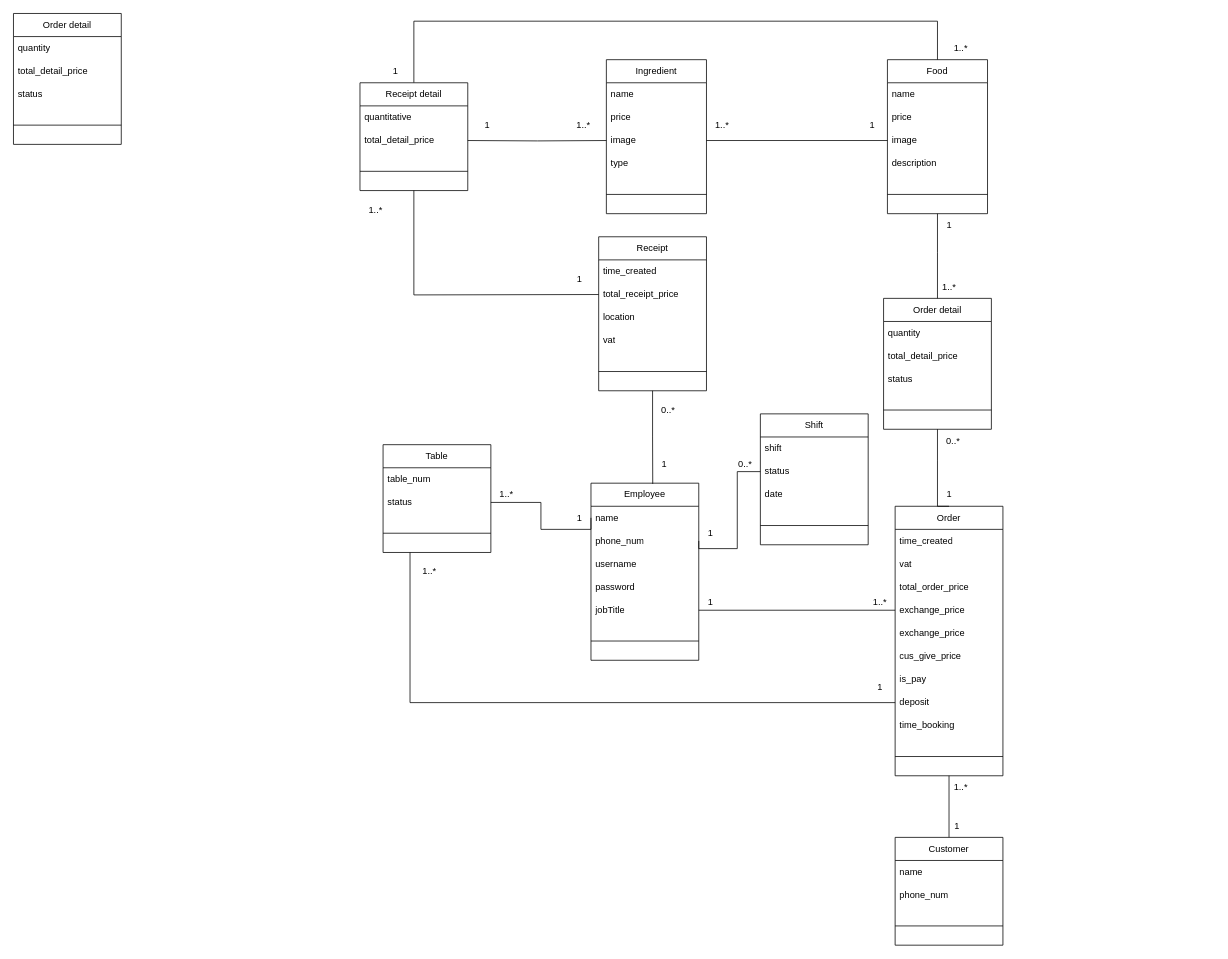
Above: class-diagram.drawio in MaiNhatHoangY2001/HLFood (draw.io), before the change. Source tidied: cells renumbered, new cells numbered last; positions are measured from the earlier drawing's top-left corner, leaving out a move shared by most shapes. Both pictures are drawn from the tidied source at 77%, with x=0, y=0 at pixel (13, 13).
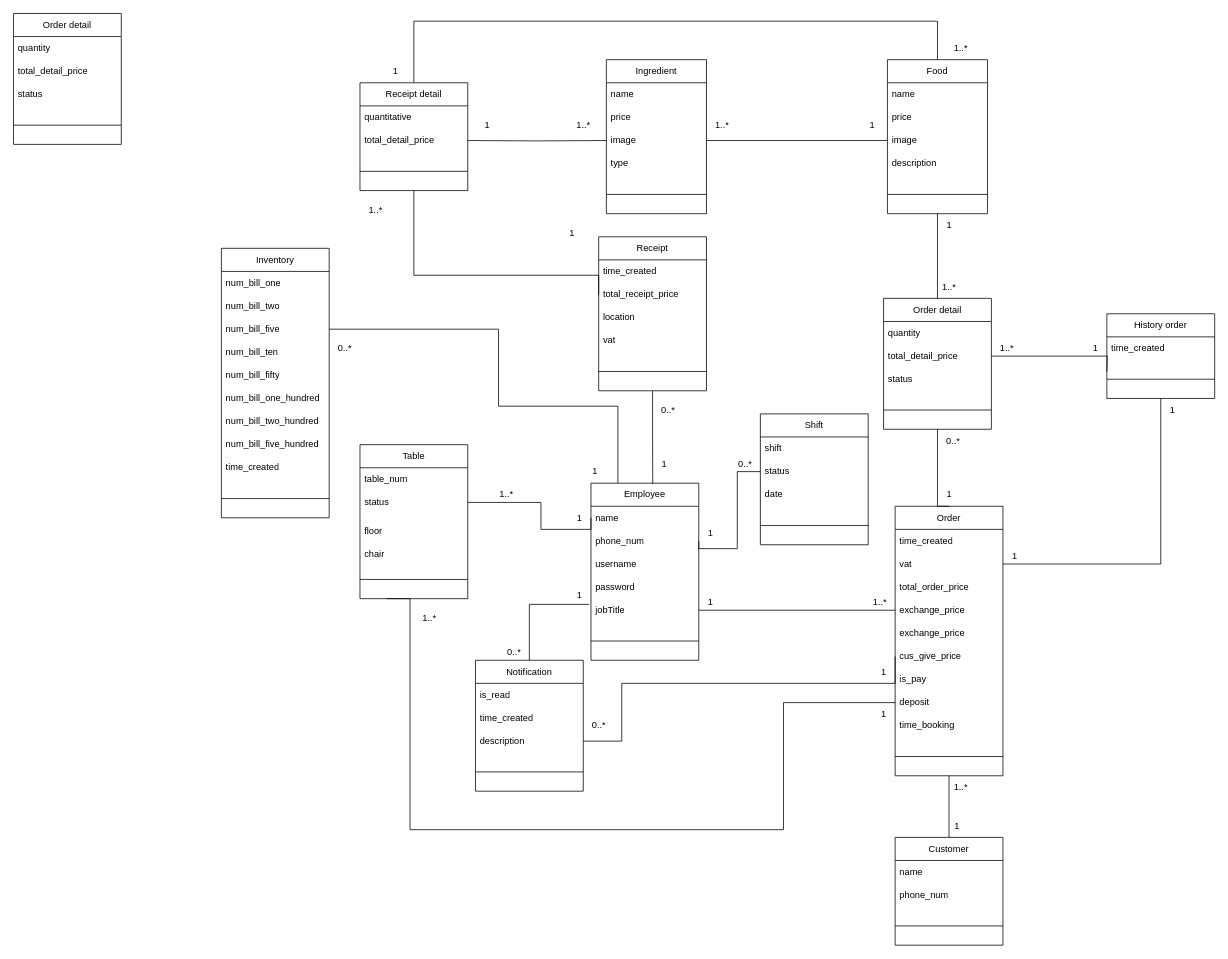
The same diagram, later.

Commit message:
Cập nhật class-diagram.drawio

Unchanged cells that the change refers to:
```xml
<mxCell id="2" value="Employee" style="swimlane;fontStyle=0;horizontal=1;startSize=30;whiteSpace=wrap;html=1;" parent="1" vertex="1">
  <mxGeometry x="750" y="610" width="140" height="230" as="geometry" />
</mxCell>
<mxCell id="7" value="jobTitle" style="text;strokeColor=none;fillColor=none;align=left;verticalAlign=middle;spacingLeft=4;spacingRight=4;overflow=hidden;points=[[0,0.5],[1,0.5]];portConstraint=eastwest;whiteSpace=wrap;html=1;" parent="2" vertex="1">
  <mxGeometry y="150" width="140" height="30" as="geometry" />
</mxCell>
<mxCell id="18" value="vat" style="text;strokeColor=none;fillColor=none;align=left;verticalAlign=middle;spacingLeft=4;spacingRight=4;overflow=hidden;points=[[0,0.5],[1,0.5]];portConstraint=eastwest;whiteSpace=wrap;html=1;" parent="16" vertex="1">
  <mxGeometry y="60" width="140" height="30" as="geometry" />
</mxCell>
<mxCell id="22" value="cus_give_price" style="text;strokeColor=none;fillColor=none;align=left;verticalAlign=middle;spacingLeft=4;spacingRight=4;overflow=hidden;points=[[0,0.5],[1,0.5]];portConstraint=eastwest;whiteSpace=wrap;html=1;" parent="16" vertex="1">
  <mxGeometry y="180" width="140" height="30" as="geometry" />
</mxCell>
<mxCell id="24" value="deposit" style="text;strokeColor=none;fillColor=none;align=left;verticalAlign=middle;spacingLeft=4;spacingRight=4;overflow=hidden;points=[[0,0.5],[1,0.5]];portConstraint=eastwest;whiteSpace=wrap;html=1;" parent="16" vertex="1">
  <mxGeometry y="240" width="140" height="30" as="geometry" />
</mxCell>
<mxCell id="29" value="total_detail_price" style="text;strokeColor=none;fillColor=none;align=left;verticalAlign=middle;spacingLeft=4;spacingRight=4;overflow=hidden;points=[[0,0.5],[1,0.5]];portConstraint=eastwest;whiteSpace=wrap;html=1;" parent="27" vertex="1">
  <mxGeometry y="60" width="140" height="30" as="geometry" />
</mxCell>
<mxCell id="87" value="Receipt&amp;nbsp;detail" style="swimlane;fontStyle=0;horizontal=1;startSize=30;whiteSpace=wrap;html=1;" parent="1" vertex="1">
  <mxGeometry x="450" y="90" width="140" height="140" as="geometry" />
</mxCell>
```

Diff of the diagram source:
```diff
@@
     <mxCell id="43" value="1" style="text;html=1;align=center;verticalAlign=middle;strokeColor=none;fillColor=none;" parent="1" vertex="1">
-      <mxGeometry x="1110" y="860" width="30" height="30" as="geometry" />
+      <mxGeometry x="1115" y="895" width="30" height="30" as="geometry" />
     </mxCell>
@@
     <mxCell id="50" style="edgeStyle=orthogonalEdgeStyle;rounded=0;jettySize=auto;html=1;exitX=0.25;exitY=1;exitDx=0;exitDy=0;endArrow=none;endFill=0;entryX=0;entryY=0.5;entryDx=0;entryDy=0;" parent="1" edge="1" source="51" target="24">
       <mxGeometry relative="1" as="geometry">
         <Array as="points">
-          <mxPoint x="515" y="895" />
+          <mxPoint x="515" y="760" />
+          <mxPoint x="515" y="1060" />
+          <mxPoint x="1000" y="1060" />
+          <mxPoint x="1000" y="895" />
         </Array>
       </mxGeometry>
     </mxCell>
     <mxCell id="51" value="Table" style="swimlane;fontStyle=0;horizontal=1;startSize=30;whiteSpace=wrap;html=1;" parent="1" vertex="1">
-      <mxGeometry x="480" y="560" width="140" height="140" as="geometry" />
+      <mxGeometry x="450" y="560" width="140" height="200" as="geometry" />
     </mxCell>
@@
+    <mxCell id="101" value="&lt;p&gt;floor&amp;nbsp;&lt;/p&gt;" style="text;strokeColor=none;fillColor=none;align=left;verticalAlign=middle;spacingLeft=4;spacingRight=4;overflow=hidden;whiteSpace=wrap;html=1;" parent="51" vertex="1">
+      <mxGeometry y="90" width="140" height="30" as="geometry" />
+    </mxCell>
+    <mxCell id="102" value="&lt;p&gt;chair&lt;/p&gt;" style="text;strokeColor=none;fillColor=none;align=left;verticalAlign=middle;spacingLeft=4;spacingRight=4;overflow=hidden;whiteSpace=wrap;html=1;" parent="51" vertex="1">
+      <mxGeometry y="120" width="140" height="30" as="geometry" />
+    </mxCell>
     <mxCell id="54" style="line;html=1;strokeWidth=1;align=left;verticalAlign=middle;spacingTop=-1;spacingLeft=3;spacingRight=3;labelPosition=right;" parent="51" vertex="1">
-      <mxGeometry y="90" width="140" height="50" as="geometry" />
+      <mxGeometry y="150" width="140" height="50" as="geometry" />
     </mxCell>
     <mxCell id="55" value="1..*" style="text;html=1;align=center;verticalAlign=middle;strokeColor=none;fillColor=none;" parent="1" vertex="1">
-      <mxGeometry x="520" y="710" width="40" height="30" as="geometry" />
+      <mxGeometry x="520" y="770" width="40" height="30" as="geometry" />
     </mxCell>
@@
     <mxCell id="92" style="edgeStyle=orthogonalEdgeStyle;rounded=0;jettySize=auto;html=1;exitX=0;exitY=0.5;exitDx=0;exitDy=0;entryX=0.5;entryY=1;entryDx=0;entryDy=0;endArrow=none;endFill=0;" parent="1" edge="1" target="87">
       <mxGeometry relative="1" as="geometry">
         <mxPoint x="760" y="365" as="sourcePoint" />
+        <Array as="points">
+          <mxPoint x="760" y="340" />
+          <mxPoint x="520" y="340" />
+        </Array>
       </mxGeometry>
     </mxCell>
@@
     <mxCell id="97" value="1" style="text;html=1;align=center;verticalAlign=middle;strokeColor=none;fillColor=none;" parent="1" vertex="1">
-      <mxGeometry x="720" y="330" width="30" height="30" as="geometry" />
+      <mxGeometry x="710" y="270" width="30" height="30" as="geometry" />
     </mxCell>
@@
+    <mxCell id="103" style="edgeStyle=orthogonalEdgeStyle;rounded=0;jettySize=auto;html=1;exitX=0.5;exitY=1;exitDx=0;exitDy=0;entryX=1;entryY=0.5;entryDx=0;entryDy=0;endArrow=none;endFill=0;" parent="1" edge="1" source="104" target="18">
+      <mxGeometry relative="1" as="geometry" />
+    </mxCell>
+    <mxCell id="104" value="History order" style="swimlane;fontStyle=0;horizontal=1;startSize=30;whiteSpace=wrap;html=1;" parent="1" vertex="1">
+      <mxGeometry x="1420" y="390" width="140" height="110" as="geometry" />
+    </mxCell>
+    <mxCell id="105" value="time_created" style="text;strokeColor=none;fillColor=none;align=left;verticalAlign=middle;spacingLeft=4;spacingRight=4;overflow=hidden;whiteSpace=wrap;html=1;" parent="104" vertex="1">
+      <mxGeometry y="30" width="140" height="30" as="geometry" />
+    </mxCell>
+    <mxCell id="106" style="line;html=1;strokeWidth=1;align=left;verticalAlign=middle;spacingTop=-1;spacingLeft=3;spacingRight=3;labelPosition=right;" parent="104" vertex="1">
+      <mxGeometry y="60" width="140" height="50" as="geometry" />
+    </mxCell>
+    <mxCell id="107" style="edgeStyle=orthogonalEdgeStyle;rounded=0;jettySize=auto;html=1;exitX=0;exitY=0.5;exitDx=0;exitDy=0;entryX=1;entryY=0.5;entryDx=0;entryDy=0;endArrow=none;endFill=0;" parent="1" edge="1" target="29">
+      <mxGeometry relative="1" as="geometry">
+        <mxPoint x="1420" y="465" as="sourcePoint" />
+      </mxGeometry>
+    </mxCell>
+    <mxCell id="108" value="1" style="text;html=1;align=center;verticalAlign=middle;strokeColor=none;fillColor=none;" parent="1" vertex="1">
+      <mxGeometry x="1390" y="420" width="30" height="30" as="geometry" />
+    </mxCell>
+    <mxCell id="109" value="1..*" style="text;html=1;align=center;verticalAlign=middle;strokeColor=none;fillColor=none;" parent="1" vertex="1">
+      <mxGeometry x="1270" y="420" width="40" height="30" as="geometry" />
+    </mxCell>
+    <mxCell id="110" value="1" style="text;html=1;align=center;verticalAlign=middle;strokeColor=none;fillColor=none;" parent="1" vertex="1">
+      <mxGeometry x="1285" y="690" width="30" height="30" as="geometry" />
+    </mxCell>
+    <mxCell id="111" value="1" style="text;html=1;align=center;verticalAlign=middle;strokeColor=none;fillColor=none;" parent="1" vertex="1">
+      <mxGeometry x="1490" y="500" width="30" height="30" as="geometry" />
+    </mxCell>
+    <mxCell id="112" value="Inventory" style="swimlane;fontStyle=0;horizontal=1;startSize=30;whiteSpace=wrap;html=1;" parent="1" vertex="1">
+      <mxGeometry x="270" y="305" width="140" height="350" as="geometry" />
+    </mxCell>
+    <mxCell id="113" value="num_bill_one" style="text;strokeColor=none;fillColor=none;align=left;verticalAlign=middle;spacingLeft=4;spacingRight=4;overflow=hidden;whiteSpace=wrap;html=1;" parent="112" vertex="1">
+      <mxGeometry y="30" width="140" height="30" as="geometry" />
+    </mxCell>
+    <mxCell id="114" value="num_bill_two" style="text;strokeColor=none;fillColor=none;align=left;verticalAlign=middle;spacingLeft=4;spacingRight=4;overflow=hidden;whiteSpace=wrap;html=1;" parent="112" vertex="1">
+      <mxGeometry y="60" width="140" height="30" as="geometry" />
+    </mxCell>
+    <mxCell id="115" value="num_bill_five" style="text;strokeColor=none;fillColor=none;align=left;verticalAlign=middle;spacingLeft=4;spacingRight=4;overflow=hidden;points=[[0,0.5],[1,0.5]];portConstraint=eastwest;whiteSpace=wrap;html=1;" parent="112" vertex="1">
+      <mxGeometry y="90" width="140" height="30" as="geometry" />
+    </mxCell>
+    <mxCell id="116" value="num_bill_ten" style="text;strokeColor=none;fillColor=none;align=left;verticalAlign=middle;spacingLeft=4;spacingRight=4;overflow=hidden;whiteSpace=wrap;html=1;" parent="112" vertex="1">
+      <mxGeometry y="120" width="140" height="30" as="geometry" />
+    </mxCell>
+    <mxCell id="117" value="num_bill_fifty" style="text;strokeColor=none;fillColor=none;align=left;verticalAlign=middle;spacingLeft=4;spacingRight=4;overflow=hidden;whiteSpace=wrap;html=1;" parent="112" vertex="1">
+      <mxGeometry y="150" width="140" height="30" as="geometry" />
+    </mxCell>
+    <mxCell id="118" value="num_bill_one_hundred" style="text;strokeColor=none;fillColor=none;align=left;verticalAlign=middle;spacingLeft=4;spacingRight=4;overflow=hidden;whiteSpace=wrap;html=1;" parent="112" vertex="1">
+      <mxGeometry y="180" width="140" height="30" as="geometry" />
+    </mxCell>
+    <mxCell id="119" value="num_bill_two_hundred" style="text;strokeColor=none;fillColor=none;align=left;verticalAlign=middle;spacingLeft=4;spacingRight=4;overflow=hidden;whiteSpace=wrap;html=1;" parent="112" vertex="1">
+      <mxGeometry y="210" width="140" height="30" as="geometry" />
+    </mxCell>
+    <mxCell id="120" value="num_bill_five_hundred" style="text;strokeColor=none;fillColor=none;align=left;verticalAlign=middle;spacingLeft=4;spacingRight=4;overflow=hidden;whiteSpace=wrap;html=1;" parent="112" vertex="1">
+      <mxGeometry y="240" width="140" height="30" as="geometry" />
+    </mxCell>
+    <mxCell id="121" value="time_created" style="text;strokeColor=none;fillColor=none;align=left;verticalAlign=middle;spacingLeft=4;spacingRight=4;overflow=hidden;whiteSpace=wrap;html=1;" parent="112" vertex="1">
+      <mxGeometry y="270" width="140" height="30" as="geometry" />
+    </mxCell>
+    <mxCell id="122" style="line;html=1;strokeWidth=1;align=left;verticalAlign=middle;spacingTop=-1;spacingLeft=3;spacingRight=3;labelPosition=right;" parent="112" vertex="1">
+      <mxGeometry y="300" width="140" height="50" as="geometry" />
+    </mxCell>
+    <mxCell id="123" style="edgeStyle=orthogonalEdgeStyle;rounded=0;jettySize=auto;html=1;exitX=1;exitY=0.5;exitDx=0;exitDy=0;entryX=0.25;entryY=0;entryDx=0;entryDy=0;endArrow=none;endFill=0;" parent="1" edge="1" source="115" target="2">
+      <mxGeometry relative="1" as="geometry">
+        <Array as="points">
+          <mxPoint x="630" y="410" />
+          <mxPoint x="630" y="510" />
+          <mxPoint x="785" y="510" />
+        </Array>
+      </mxGeometry>
+    </mxCell>
+    <mxCell id="124" value="1" style="text;html=1;align=center;verticalAlign=middle;strokeColor=none;fillColor=none;" parent="1" vertex="1">
+      <mxGeometry x="740" y="580" width="30" height="30" as="geometry" />
+    </mxCell>
+    <mxCell id="125" value="0..*" style="text;html=1;align=center;verticalAlign=middle;strokeColor=none;fillColor=none;" parent="1" vertex="1">
+      <mxGeometry x="410" y="420" width="40" height="30" as="geometry" />
+    </mxCell>
+    <mxCell id="126" style="edgeStyle=orthogonalEdgeStyle;rounded=0;jettySize=auto;html=1;exitX=0.5;exitY=0;exitDx=0;exitDy=0;entryX=-0.017;entryY=0.247;entryDx=0;entryDy=0;entryPerimeter=0;endArrow=none;endFill=0;" parent="1" edge="1" source="127" target="7">
+      <mxGeometry relative="1" as="geometry" />
+    </mxCell>
+    <mxCell id="127" value="Notification" style="swimlane;fontStyle=0;horizontal=1;startSize=30;whiteSpace=wrap;html=1;" parent="1" vertex="1">
+      <mxGeometry x="600" y="840" width="140" height="170" as="geometry" />
+    </mxCell>
+    <mxCell id="128" value="is_read" style="text;strokeColor=none;fillColor=none;align=left;verticalAlign=middle;spacingLeft=4;spacingRight=4;overflow=hidden;whiteSpace=wrap;html=1;" parent="127" vertex="1">
+      <mxGeometry y="30" width="140" height="30" as="geometry" />
+    </mxCell>
+    <mxCell id="129" value="time_created" style="text;strokeColor=none;fillColor=none;align=left;verticalAlign=middle;spacingLeft=4;spacingRight=4;overflow=hidden;whiteSpace=wrap;html=1;" parent="127" vertex="1">
+      <mxGeometry y="60" width="140" height="30" as="geometry" />
+    </mxCell>
+    <mxCell id="130" value="description" style="text;strokeColor=none;fillColor=none;align=left;verticalAlign=middle;spacingLeft=4;spacingRight=4;overflow=hidden;whiteSpace=wrap;html=1;" parent="127" vertex="1">
+      <mxGeometry y="90" width="140" height="30" as="geometry" />
+    </mxCell>
+    <mxCell id="131" style="line;html=1;strokeWidth=1;align=left;verticalAlign=middle;spacingTop=-1;spacingLeft=3;spacingRight=3;labelPosition=right;" parent="127" vertex="1">
+      <mxGeometry y="120" width="140" height="50" as="geometry" />
+    </mxCell>
+    <mxCell id="132" style="edgeStyle=orthogonalEdgeStyle;rounded=0;jettySize=auto;html=1;exitX=1;exitY=0.5;exitDx=0;exitDy=0;entryX=0;entryY=0.5;entryDx=0;entryDy=0;endArrow=none;endFill=0;" parent="1" edge="1" target="22">
+      <mxGeometry relative="1" as="geometry">
+        <mxPoint x="740" y="945" as="sourcePoint" />
+        <Array as="points">
+          <mxPoint x="790" y="945" />
+          <mxPoint x="790" y="870" />
+          <mxPoint x="1145" y="870" />
+        </Array>
+      </mxGeometry>
+    </mxCell>
+    <mxCell id="133" value="1" style="text;html=1;align=center;verticalAlign=middle;strokeColor=none;fillColor=none;" parent="1" vertex="1">
+      <mxGeometry x="720" y="740" width="30" height="30" as="geometry" />
+    </mxCell>
+    <mxCell id="134" value="0..*" style="text;html=1;align=center;verticalAlign=middle;strokeColor=none;fillColor=none;" parent="1" vertex="1">
+      <mxGeometry x="630" y="815" width="40" height="30" as="geometry" />
+    </mxCell>
+    <mxCell id="135" value="1" style="text;html=1;align=center;verticalAlign=middle;strokeColor=none;fillColor=none;" parent="1" vertex="1">
+      <mxGeometry x="1115" y="840" width="30" height="30" as="geometry" />
+    </mxCell>
+    <mxCell id="136" value="0..*" style="text;html=1;align=center;verticalAlign=middle;strokeColor=none;fillColor=none;" parent="1" vertex="1">
+      <mxGeometry x="740" y="910" width="40" height="30" as="geometry" />
+    </mxCell>
```
